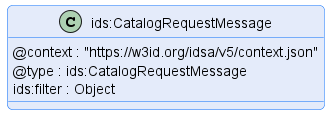
This is catalog/message/diagram/catalog-request-message.png from International-Data-Spaces-Association/ids-specification, a PlantUML export, as it was before one commit.
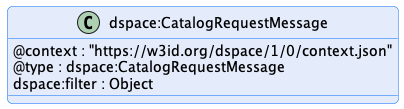
The same file after the commit.

What changed in the source:
```diff
@@ -1,15 +1,15 @@
 @startuml "catalog-request-message"
 !pragma layout smetana
 
-!include ../../diagrams/diagram.styles.puml
+!include ../../../common/style/diagram.styles.puml
 
 hide empty description
 
 
-class "ids:CatalogRequestMessage" {
-    @context : "https://w3id.org/idsa/v5/context.json"
-    @type : ids:CatalogRequestMessage
-    ids:filter : Object
+class "dspace:CatalogRequestMessage" {
+    @context : "https://w3id.org/dspace/1/0/context.json"
+    @type : dspace:CatalogRequestMessage
+    dspace:filter : Object
 }
 
 @enduml
```
